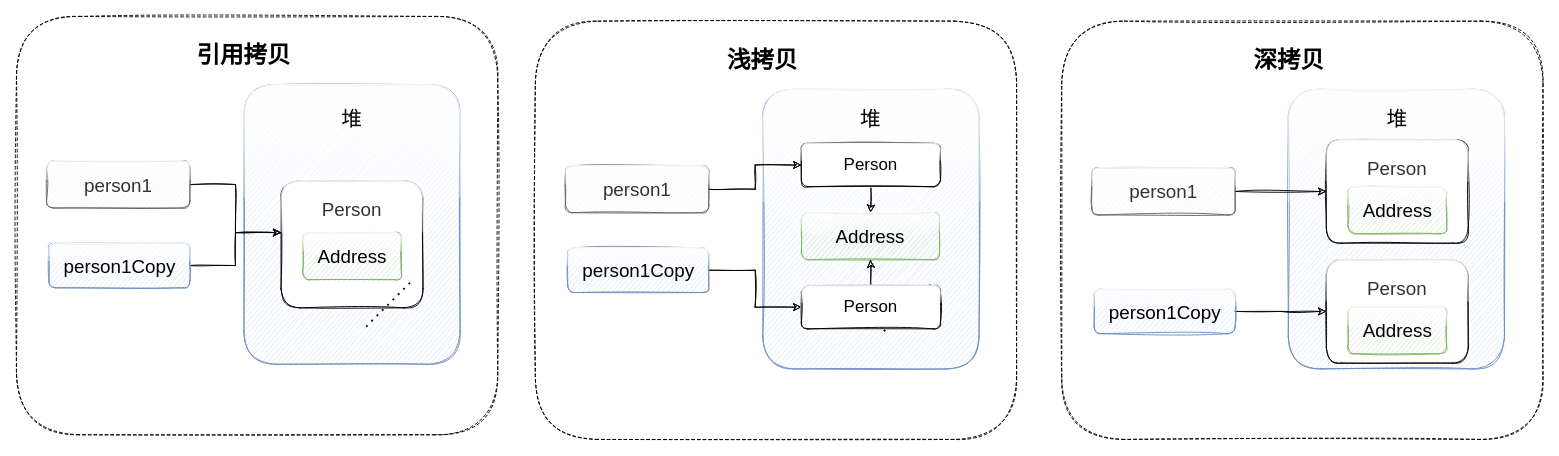
The draw.io diagram docs/java/basis/images/shallow&deep-copy.drawio in Snailclimb/JavaGuide, before the edit. Source tidied: cells renumbered, new cells numbered last; positions are measured from the earlier drawing's top-left corner, leaving out a move shared by most shapes. Both pictures are drawn from the tidied source at 94%, with x=0, y=0 at pixel (16, 16).
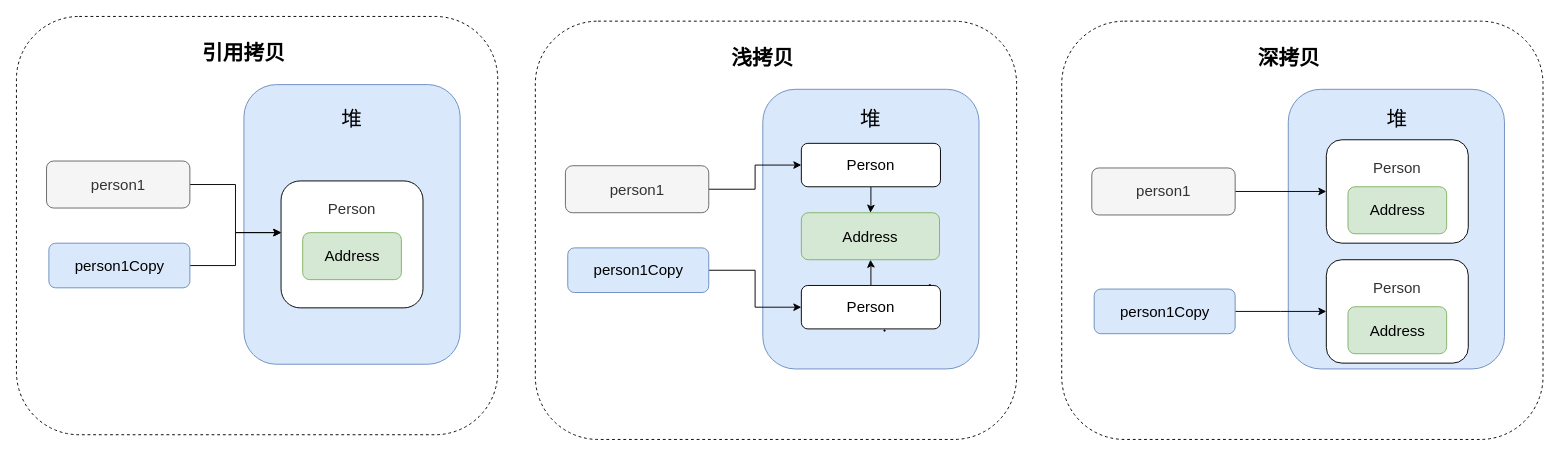
The same diagram, later.

The edit, as a diff of the source:
```diff
@@
-    <mxCell id="2" style="rounded=1;whiteSpace=wrap;html=1;fontSize=25;shadow=0;sketch=1;dashed=1;" parent="1" vertex="1">
+    <mxCell id="2" style="rounded=1;whiteSpace=wrap;html=1;fontSize=25;shadow=0;sketch=0;dashed=1;" parent="1" vertex="1">
       <mxGeometry width="512" height="445" as="geometry" />
     </mxCell>
-    <mxCell id="3" value="引用拷贝" style="text;html=1;strokeColor=none;fillColor=none;align=center;verticalAlign=middle;whiteSpace=wrap;rounded=0;fontSize=25;fontStyle=1;shadow=0;sketch=1;" parent="1" vertex="1">
+    <mxCell id="3" value="引用拷贝" style="text;html=1;strokeColor=none;fillColor=none;align=center;verticalAlign=middle;whiteSpace=wrap;rounded=0;fontSize=22;fontStyle=1;shadow=0;sketch=0;" parent="1" vertex="1">
       <mxGeometry x="122" y="30" width="240" height="20" as="geometry" />
     </mxCell>
-    <mxCell id="4" style="rounded=1;whiteSpace=wrap;html=1;glass=1;shadow=0;sketch=1;fillColor=#dae8fc;strokeColor=#6c8ebf;" parent="1" vertex="1">
+    <mxCell id="4" style="rounded=1;whiteSpace=wrap;html=1;glass=0;shadow=0;sketch=0;fillColor=#dae8fc;strokeColor=#6c8ebf;" parent="1" vertex="1">
       <mxGeometry x="242" y="72.5" width="230" height="297.5" as="geometry" />
     </mxCell>
-    <mxCell id="5" style="edgeStyle=orthogonalEdgeStyle;rounded=0;jettySize=auto;html=1;entryX=0.003;entryY=0.407;entryDx=0;entryDy=0;entryPerimeter=0;fontSize=20;shadow=0;sketch=1;" parent="1" edge="1" source="6" target="10">
+    <mxCell id="5" style="edgeStyle=orthogonalEdgeStyle;rounded=0;jettySize=auto;html=1;entryX=0.003;entryY=0.407;entryDx=0;entryDy=0;entryPerimeter=0;fontSize=20;shadow=0;sketch=0;" parent="1" edge="1" source="6" target="10">
       <mxGeometry relative="1" as="geometry" />
     </mxCell>
-    <mxCell id="6" value="&lt;font style=&quot;font-size: 20px;&quot;&gt;person1Copy&lt;/font&gt;" style="rounded=1;whiteSpace=wrap;html=1;glass=1;shadow=0;sketch=1;fillColor=#dae8fc;strokeColor=#6c8ebf;fontSize=20;" parent="1" vertex="1">
+    <mxCell id="6" value="&lt;font style=&quot;font-size: 16px;&quot;&gt;person1Copy&lt;/font&gt;" style="rounded=1;whiteSpace=wrap;html=1;glass=0;shadow=0;sketch=0;fillColor=#dae8fc;strokeColor=#6c8ebf;fontSize=16;" parent="1" vertex="1">
       <mxGeometry x="34.5" y="241.2" width="150" height="47.5" as="geometry" />
     </mxCell>
-    <mxCell id="7" style="edgeStyle=orthogonalEdgeStyle;rounded=0;jettySize=auto;html=1;fontSize=20;shadow=0;sketch=1;" parent="1" edge="1" source="8" target="10">
+    <mxCell id="7" style="edgeStyle=orthogonalEdgeStyle;rounded=0;jettySize=auto;html=1;fontSize=20;shadow=0;sketch=0;" parent="1" edge="1" source="8" target="10">
       <mxGeometry relative="1" as="geometry">
         <Array as="points">
           <mxPoint x="233" y="179" />
           <mxPoint x="233" y="230" />
         </Array>
       </mxGeometry>
     </mxCell>
-    <mxCell id="8" value="person1" style="rounded=1;whiteSpace=wrap;html=1;glass=1;shadow=0;sketch=1;fillColor=#f5f5f5;strokeColor=#666666;fontColor=#333333;fontSize=20;" parent="1" vertex="1">
+    <mxCell id="8" value="person1" style="rounded=1;whiteSpace=wrap;html=1;glass=0;shadow=0;sketch=0;fillColor=#f5f5f5;strokeColor=#666666;fontColor=#333333;fontSize=16;" parent="1" vertex="1">
       <mxGeometry x="32" y="153.8" width="152.5" height="50" as="geometry" />
     </mxCell>
-    <mxCell id="9" value="&lt;font style=&quot;font-size: 22px;&quot;&gt;堆&lt;/font&gt;" style="text;html=1;strokeColor=none;fillColor=none;align=center;verticalAlign=middle;whiteSpace=wrap;rounded=0;opacity=40;fontSize=22;shadow=0;sketch=1;" parent="1" vertex="1">
+    <mxCell id="9" value="&lt;font style=&quot;font-size: 22px;&quot;&gt;堆&lt;/font&gt;" style="text;html=1;strokeColor=none;fillColor=none;align=center;verticalAlign=middle;whiteSpace=wrap;rounded=0;opacity=40;fontSize=22;shadow=0;sketch=0;" parent="1" vertex="1">
       <mxGeometry x="337" y="100" width="40" height="20" as="geometry" />
     </mxCell>
-    <mxCell id="10" style="rounded=1;whiteSpace=wrap;html=1;glass=1;shadow=0;sketch=1;fontSize=18;" parent="1" vertex="1">
+    <mxCell id="10" style="rounded=1;whiteSpace=wrap;html=1;glass=0;shadow=0;sketch=0;fontSize=18;" parent="1" vertex="1">
       <mxGeometry x="281.5" y="175" width="151" height="135" as="geometry" />
     </mxCell>
-    <mxCell id="11" value="&lt;font style=&quot;font-size: 20px;&quot;&gt;Address&lt;/font&gt;" style="rounded=1;whiteSpace=wrap;html=1;glass=1;shadow=0;sketch=1;fillColor=#d5e8d4;strokeColor=#82b366;fontSize=20;" parent="1" vertex="1">
+    <mxCell id="11" value="&lt;font style=&quot;font-size: 16px;&quot;&gt;Address&lt;/font&gt;" style="rounded=1;whiteSpace=wrap;html=1;glass=0;shadow=0;sketch=0;fillColor=#d5e8d4;strokeColor=#82b366;fontSize=16;" parent="1" vertex="1">
       <mxGeometry x="304.5" y="230" width="105" height="50" as="geometry" />
     </mxCell>
-    <mxCell id="12" value="&lt;font color=&quot;#333333&quot; style=&quot;font-size: 20px;&quot;&gt;&lt;span style=&quot;font-size: 20px;&quot;&gt;Person&lt;/span&gt;&lt;/font&gt;" style="text;html=1;strokeColor=none;fillColor=none;align=center;verticalAlign=middle;whiteSpace=wrap;rounded=0;fontSize=20;shadow=0;sketch=1;" parent="1" vertex="1">
+    <mxCell id="12" value="&lt;font color=&quot;#333333&quot; style=&quot;font-size: 16px;&quot;&gt;&lt;span style=&quot;font-size: 16px;&quot;&gt;Person&lt;/span&gt;&lt;/font&gt;" style="text;html=1;strokeColor=none;fillColor=none;align=center;verticalAlign=middle;whiteSpace=wrap;rounded=0;fontSize=16;shadow=0;sketch=0;" parent="1" vertex="1">
       <mxGeometry x="337" y="195" width="40" height="20" as="geometry" />
     </mxCell>
-    <mxCell id="13" style="endArrow=none;dashed=1;html=1;dashPattern=1 3;strokeWidth=2;shadow=0;fontSize=25;" parent="1" edge="1">
-      <mxGeometry relative="1" as="geometry">
-        <mxPoint x="372" y="330" as="sourcePoint" />
-        <mxPoint x="422" y="280" as="targetPoint" />
-      </mxGeometry>
-    </mxCell>
-    <mxCell id="14" style="rounded=1;whiteSpace=wrap;html=1;fontSize=25;shadow=0;sketch=1;dashed=1;" parent="1" vertex="1">
+    <mxCell id="14" style="rounded=1;whiteSpace=wrap;html=1;fontSize=25;shadow=0;sketch=0;dashed=1;" parent="1" vertex="1">
       <mxGeometry x="552" y="5" width="512" height="445" as="geometry" />
     </mxCell>
-    <mxCell id="15" value="浅拷贝" style="text;html=1;strokeColor=none;fillColor=none;align=center;verticalAlign=middle;whiteSpace=wrap;rounded=0;fontSize=25;fontStyle=1;shadow=0;sketch=1;" parent="1" vertex="1">
+    <mxCell id="15" value="浅拷贝" style="text;html=1;strokeColor=none;fillColor=none;align=center;verticalAlign=middle;whiteSpace=wrap;rounded=0;fontSize=22;fontStyle=1;shadow=0;sketch=0;" parent="1" vertex="1">
       <mxGeometry x="674" y="35" width="240" height="20" as="geometry" />
     </mxCell>
-    <mxCell id="16" style="rounded=1;whiteSpace=wrap;html=1;glass=1;shadow=0;sketch=1;fillColor=#dae8fc;strokeColor=#6c8ebf;" parent="1" vertex="1">
+    <mxCell id="16" style="rounded=1;whiteSpace=wrap;html=1;glass=0;shadow=0;sketch=0;fillColor=#dae8fc;strokeColor=#6c8ebf;" parent="1" vertex="1">
       <mxGeometry x="794" y="77.5" width="230" height="297.5" as="geometry" />
     </mxCell>
-    <mxCell id="17" style="edgeStyle=orthogonalEdgeStyle;rounded=0;sketch=1;jettySize=auto;html=1;entryX=0;entryY=0.5;entryDx=0;entryDy=0;shadow=0;fontSize=25;" parent="1" edge="1" source="18" target="27">
+    <mxCell id="17" style="edgeStyle=orthogonalEdgeStyle;rounded=0;sketch=0;jettySize=auto;html=1;entryX=0;entryY=0.5;entryDx=0;entryDy=0;shadow=0;fontSize=25;" parent="1" edge="1" source="18" target="27">
       <mxGeometry relative="1" as="geometry" />
     </mxCell>
-    <mxCell id="18" value="&lt;font style=&quot;font-size: 20px;&quot;&gt;person1Copy&lt;/font&gt;" style="rounded=1;whiteSpace=wrap;html=1;glass=1;shadow=0;sketch=1;fillColor=#dae8fc;strokeColor=#6c8ebf;fontSize=20;" parent="1" vertex="1">
+    <mxCell id="18" value="&lt;font style=&quot;font-size: 16px;&quot;&gt;person1Copy&lt;/font&gt;" style="rounded=1;whiteSpace=wrap;html=1;glass=0;shadow=0;sketch=0;fillColor=#dae8fc;strokeColor=#6c8ebf;fontSize=16;" parent="1" vertex="1">
       <mxGeometry x="586.5" y="246.2" width="150" height="47.5" as="geometry" />
     </mxCell>
-    <mxCell id="19" style="edgeStyle=orthogonalEdgeStyle;rounded=0;sketch=1;jettySize=auto;html=1;entryX=0;entryY=0.5;entryDx=0;entryDy=0;shadow=0;fontSize=25;" parent="1" edge="1" source="20" target="23">
+    <mxCell id="19" style="edgeStyle=orthogonalEdgeStyle;rounded=0;sketch=0;jettySize=auto;html=1;entryX=0;entryY=0.5;entryDx=0;entryDy=0;shadow=0;fontSize=25;" parent="1" edge="1" source="20" target="23">
       <mxGeometry relative="1" as="geometry" />
     </mxCell>
-    <mxCell id="20" value="person1" style="rounded=1;whiteSpace=wrap;html=1;glass=1;shadow=0;sketch=1;fillColor=#f5f5f5;strokeColor=#666666;fontColor=#333333;fontSize=20;" parent="1" vertex="1">
+    <mxCell id="20" value="person1" style="rounded=1;whiteSpace=wrap;html=1;glass=0;shadow=0;sketch=0;fillColor=#f5f5f5;strokeColor=#666666;fontColor=#333333;fontSize=16;" parent="1" vertex="1">
       <mxGeometry x="584" y="158.8" width="152.5" height="50" as="geometry" />
     </mxCell>
-    <mxCell id="21" value="&lt;font style=&quot;font-size: 22px;&quot;&gt;堆&lt;/font&gt;" style="text;html=1;strokeColor=none;fillColor=none;align=center;verticalAlign=middle;whiteSpace=wrap;rounded=0;opacity=40;fontSize=22;shadow=0;sketch=1;" parent="1" vertex="1">
+    <mxCell id="21" value="&lt;font style=&quot;font-size: 22px;&quot;&gt;堆&lt;/font&gt;" style="text;html=1;strokeColor=none;fillColor=none;align=center;verticalAlign=middle;whiteSpace=wrap;rounded=0;opacity=40;fontSize=22;shadow=0;sketch=0;" parent="1" vertex="1">
       <mxGeometry x="889" y="100" width="40" height="20" as="geometry" />
     </mxCell>
-    <mxCell id="22" style="edgeStyle=orthogonalEdgeStyle;rounded=0;sketch=1;jettySize=auto;html=1;entryX=0.5;entryY=0;entryDx=0;entryDy=0;shadow=0;fontSize=25;" parent="1" edge="1" source="23" target="24">
+    <mxCell id="22" style="edgeStyle=orthogonalEdgeStyle;rounded=0;sketch=0;jettySize=auto;html=1;entryX=0.5;entryY=0;entryDx=0;entryDy=0;shadow=0;fontSize=25;" parent="1" edge="1" source="23" target="24">
       <mxGeometry relative="1" as="geometry" />
     </mxCell>
-    <mxCell id="23" value="Person" style="rounded=1;whiteSpace=wrap;html=1;glass=1;shadow=0;sketch=1;fontSize=18;" parent="1" vertex="1">
+    <mxCell id="23" value="Person" style="rounded=1;whiteSpace=wrap;html=1;glass=0;shadow=0;sketch=0;fontSize=16;" parent="1" vertex="1">
       <mxGeometry x="835" y="135" width="148" height="46.2" as="geometry" />
     </mxCell>
-    <mxCell id="24" value="&lt;font style=&quot;font-size: 20px;&quot;&gt;Address&lt;/font&gt;" style="rounded=1;whiteSpace=wrap;html=1;glass=1;shadow=0;sketch=1;fillColor=#d5e8d4;strokeColor=#82b366;fontSize=20;" parent="1" vertex="1">
+    <mxCell id="24" value="&lt;font style=&quot;font-size: 16px;&quot;&gt;Address&lt;/font&gt;" style="rounded=1;whiteSpace=wrap;html=1;glass=0;shadow=0;sketch=0;fillColor=#d5e8d4;strokeColor=#82b366;fontSize=16;" parent="1" vertex="1">
       <mxGeometry x="835" y="208.8" width="147" height="50" as="geometry" />
     </mxCell>
-    <mxCell id="25" style="endArrow=none;dashed=1;html=1;dashPattern=1 3;strokeWidth=2;shadow=0;fontSize=25;" parent="1" edge="1" source="27">
+    <mxCell id="25" style="endArrow=none;dashed=1;html=1;dashPattern=1 3;strokeWidth=2;shadow=0;fontSize=25;sketch=0;" parent="1" edge="1" source="27">
       <mxGeometry relative="1" as="geometry">
         <mxPoint x="974" y="285" as="targetPoint" />
       </mxGeometry>
     </mxCell>
-    <mxCell id="26" style="edgeStyle=orthogonalEdgeStyle;rounded=0;sketch=1;jettySize=auto;html=1;entryX=0.5;entryY=1;entryDx=0;entryDy=0;shadow=0;fontSize=25;" parent="1" edge="1" source="27" target="24">
+    <mxCell id="26" style="edgeStyle=orthogonalEdgeStyle;rounded=0;sketch=0;jettySize=auto;html=1;entryX=0.5;entryY=1;entryDx=0;entryDy=0;shadow=0;fontSize=25;" parent="1" edge="1" source="27" target="24">
       <mxGeometry relative="1" as="geometry" />
     </mxCell>
-    <mxCell id="27" value="Person" style="rounded=1;whiteSpace=wrap;html=1;glass=1;shadow=0;sketch=1;fontSize=18;" parent="1" vertex="1">
+    <mxCell id="27" value="Person" style="rounded=1;whiteSpace=wrap;html=1;glass=0;shadow=0;sketch=0;fontSize=16;" parent="1" vertex="1">
       <mxGeometry x="835" y="286.2" width="148" height="46.2" as="geometry" />
     </mxCell>
-    <mxCell id="28" style="endArrow=none;dashed=1;html=1;dashPattern=1 3;strokeWidth=2;shadow=0;fontSize=25;" parent="1" edge="1" target="27">
+    <mxCell id="28" style="endArrow=none;dashed=1;html=1;dashPattern=1 3;strokeWidth=2;shadow=0;fontSize=25;sketch=0;" parent="1" edge="1" target="27">
       <mxGeometry relative="1" as="geometry">
         <mxPoint x="924" y="335" as="sourcePoint" />
       </mxGeometry>
     </mxCell>
-    <mxCell id="29" style="rounded=1;whiteSpace=wrap;html=1;fontSize=25;shadow=0;sketch=1;dashed=1;" parent="1" vertex="1">
+    <mxCell id="29" style="rounded=1;whiteSpace=wrap;html=1;fontSize=25;shadow=0;sketch=0;dashed=1;" parent="1" vertex="1">
       <mxGeometry x="1112" y="5" width="512" height="445" as="geometry" />
     </mxCell>
-    <mxCell id="30" value="深拷贝" style="text;html=1;strokeColor=none;fillColor=none;align=center;verticalAlign=middle;whiteSpace=wrap;rounded=0;fontSize=25;fontStyle=1;shadow=0;sketch=1;" parent="1" vertex="1">
+    <mxCell id="30" value="深拷贝" style="text;html=1;strokeColor=none;fillColor=none;align=center;verticalAlign=middle;whiteSpace=wrap;rounded=0;fontSize=22;fontStyle=1;shadow=0;sketch=0;" parent="1" vertex="1">
       <mxGeometry x="1234" y="35" width="240" height="20" as="geometry" />
     </mxCell>
-    <mxCell id="31" style="rounded=1;whiteSpace=wrap;html=1;glass=1;shadow=0;sketch=1;fillColor=#dae8fc;strokeColor=#6c8ebf;" parent="1" vertex="1">
+    <mxCell id="31" style="rounded=1;whiteSpace=wrap;html=1;glass=0;shadow=0;sketch=0;fillColor=#dae8fc;strokeColor=#6c8ebf;" parent="1" vertex="1">
       <mxGeometry x="1353" y="77.5" width="230" height="297.5" as="geometry" />
     </mxCell>
-    <mxCell id="32" style="edgeStyle=orthogonalEdgeStyle;rounded=0;sketch=1;jettySize=auto;html=1;entryX=0;entryY=0.5;entryDx=0;entryDy=0;shadow=0;fontSize=25;" parent="1" edge="1" source="33" target="41">
+    <mxCell id="32" style="edgeStyle=orthogonalEdgeStyle;rounded=0;sketch=0;jettySize=auto;html=1;entryX=0;entryY=0.5;entryDx=0;entryDy=0;shadow=0;fontSize=25;" parent="1" edge="1" source="33" target="41">
       <mxGeometry relative="1" as="geometry" />
     </mxCell>
-    <mxCell id="33" value="&lt;font style=&quot;font-size: 20px;&quot;&gt;person1Copy&lt;/font&gt;" style="rounded=1;whiteSpace=wrap;html=1;glass=1;shadow=0;sketch=1;fillColor=#dae8fc;strokeColor=#6c8ebf;fontSize=20;" parent="1" vertex="1">
+    <mxCell id="33" value="&lt;font style=&quot;font-size: 16px;&quot;&gt;person1Copy&lt;/font&gt;" style="rounded=1;whiteSpace=wrap;html=1;glass=0;shadow=0;sketch=0;fillColor=#dae8fc;strokeColor=#6c8ebf;fontSize=16;" parent="1" vertex="1">
       <mxGeometry x="1146.5" y="290" width="150" height="47.5" as="geometry" />
     </mxCell>
-    <mxCell id="34" style="edgeStyle=orthogonalEdgeStyle;rounded=0;sketch=1;jettySize=auto;html=1;shadow=0;fontSize=25;" parent="1" edge="1" source="35" target="37">
+    <mxCell id="34" style="edgeStyle=orthogonalEdgeStyle;rounded=0;sketch=0;jettySize=auto;html=1;shadow=0;fontSize=25;" parent="1" edge="1" source="35" target="37">
       <mxGeometry relative="1" as="geometry" />
     </mxCell>
-    <mxCell id="35" value="person1" style="rounded=1;whiteSpace=wrap;html=1;glass=1;shadow=0;sketch=1;fillColor=#f5f5f5;strokeColor=#666666;fontColor=#333333;fontSize=20;" parent="1" vertex="1">
+    <mxCell id="35" value="person1" style="rounded=1;whiteSpace=wrap;html=1;glass=0;shadow=0;sketch=0;fillColor=#f5f5f5;strokeColor=#666666;fontColor=#333333;fontSize=16;" parent="1" vertex="1">
       <mxGeometry x="1144" y="161.2" width="152.5" height="50" as="geometry" />
     </mxCell>
-    <mxCell id="36" value="&lt;font style=&quot;font-size: 22px;&quot;&gt;堆&lt;/font&gt;" style="text;html=1;strokeColor=none;fillColor=none;align=center;verticalAlign=middle;whiteSpace=wrap;rounded=0;opacity=40;fontSize=22;shadow=0;sketch=1;" parent="1" vertex="1">
+    <mxCell id="36" value="&lt;font style=&quot;font-size: 22px;&quot;&gt;堆&lt;/font&gt;" style="text;html=1;strokeColor=none;fillColor=none;align=center;verticalAlign=middle;whiteSpace=wrap;rounded=0;opacity=40;fontSize=22;shadow=0;sketch=0;" parent="1" vertex="1">
       <mxGeometry x="1449" y="100" width="40" height="20" as="geometry" />
     </mxCell>
-    <mxCell id="37" style="rounded=1;whiteSpace=wrap;html=1;glass=1;shadow=0;sketch=1;fontSize=18;" parent="1" vertex="1">
+    <mxCell id="37" style="rounded=1;whiteSpace=wrap;html=1;glass=0;shadow=0;sketch=0;fontSize=18;" parent="1" vertex="1">
       <mxGeometry x="1393.5" y="131.2" width="151" height="110" as="geometry" />
     </mxCell>
-    <mxCell id="38" value="&lt;font style=&quot;font-size: 20px;&quot;&gt;Address&lt;/font&gt;" style="rounded=1;whiteSpace=wrap;html=1;glass=1;shadow=0;sketch=1;fillColor=#d5e8d4;strokeColor=#82b366;fontSize=20;" parent="1" vertex="1">
+    <mxCell id="38" value="&lt;font style=&quot;font-size: 16px;&quot;&gt;Address&lt;/font&gt;" style="rounded=1;whiteSpace=wrap;html=1;glass=0;shadow=0;sketch=0;fillColor=#d5e8d4;strokeColor=#82b366;fontSize=16;" parent="1" vertex="1">
       <mxGeometry x="1416.5" y="181.2" width="105" height="50" as="geometry" />
     </mxCell>
-    <mxCell id="39" value="&lt;font color=&quot;#333333&quot; style=&quot;font-size: 20px;&quot;&gt;&lt;span style=&quot;font-size: 20px;&quot;&gt;Person&lt;/span&gt;&lt;/font&gt;" style="text;html=1;strokeColor=none;fillColor=none;align=center;verticalAlign=middle;whiteSpace=wrap;rounded=0;fontSize=20;shadow=0;sketch=1;" parent="1" vertex="1">
+    <mxCell id="39" value="&lt;font color=&quot;#333333&quot; style=&quot;font-size: 16px;&quot;&gt;&lt;span style=&quot;font-size: 16px;&quot;&gt;Person&lt;/span&gt;&lt;/font&gt;" style="text;html=1;strokeColor=none;fillColor=none;align=center;verticalAlign=middle;whiteSpace=wrap;rounded=0;fontSize=16;shadow=0;sketch=0;" parent="1" vertex="1">
       <mxGeometry x="1449" y="151.2" width="40" height="20" as="geometry" />
     </mxCell>
-    <mxCell id="40" style="endArrow=none;dashed=1;html=1;dashPattern=1 3;strokeWidth=2;shadow=0;fontSize=25;" parent="1" edge="1">
+    <mxCell id="40" style="endArrow=none;dashed=1;html=1;dashPattern=1 3;strokeWidth=2;shadow=0;fontSize=25;sketch=0;" parent="1" edge="1">
       <mxGeometry relative="1" as="geometry">
         <mxPoint x="1484" y="335" as="sourcePoint" />
         <mxPoint x="1534" y="285" as="targetPoint" />
       </mxGeometry>
     </mxCell>
-    <mxCell id="41" style="rounded=1;whiteSpace=wrap;html=1;glass=1;shadow=0;sketch=1;fontSize=18;" parent="1" vertex="1">
+    <mxCell id="41" style="rounded=1;whiteSpace=wrap;html=1;glass=0;shadow=0;sketch=0;fontSize=18;" parent="1" vertex="1">
       <mxGeometry x="1393.5" y="258.8" width="151" height="110" as="geometry" />
     </mxCell>
-    <mxCell id="42" value="&lt;font style=&quot;font-size: 20px;&quot;&gt;Address&lt;/font&gt;" style="rounded=1;whiteSpace=wrap;html=1;glass=1;shadow=0;sketch=1;fillColor=#d5e8d4;strokeColor=#82b366;fontSize=20;" parent="1" vertex="1">
+    <mxCell id="42" value="&lt;font style=&quot;font-size: 16px;&quot;&gt;Address&lt;/font&gt;" style="rounded=1;whiteSpace=wrap;html=1;glass=0;shadow=0;sketch=0;fillColor=#d5e8d4;strokeColor=#82b366;fontSize=16;" parent="1" vertex="1">
       <mxGeometry x="1416.5" y="308.8" width="105" height="50" as="geometry" />
     </mxCell>
-    <mxCell id="43" value="&lt;font color=&quot;#333333&quot; style=&quot;font-size: 20px;&quot;&gt;&lt;span style=&quot;font-size: 20px;&quot;&gt;Person&lt;/span&gt;&lt;/font&gt;" style="text;html=1;strokeColor=none;fillColor=none;align=center;verticalAlign=middle;whiteSpace=wrap;rounded=0;fontSize=20;shadow=0;sketch=1;" parent="1" vertex="1">
+    <mxCell id="43" value="&lt;font color=&quot;#333333&quot; style=&quot;font-size: 16px;&quot;&gt;&lt;span style=&quot;font-size: 16px;&quot;&gt;Person&lt;/span&gt;&lt;/font&gt;" style="text;html=1;strokeColor=none;fillColor=none;align=center;verticalAlign=middle;whiteSpace=wrap;rounded=0;fontSize=16;shadow=0;sketch=0;" parent="1" vertex="1">
       <mxGeometry x="1449" y="278.8" width="40" height="20" as="geometry" />
     </mxCell>
```
